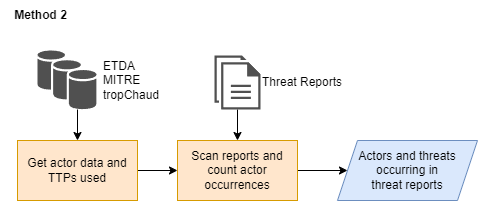
AbeWinters/Threat-Profiles-for-Control-Prioritization keeps this draw.io diagram as docs/images/Method2.png. Above is the earlier version. Source tidied: cells renumbered, new cells last; positions are measured from the earlier drawing's top-left corner, leaving out a move shared by most shapes.
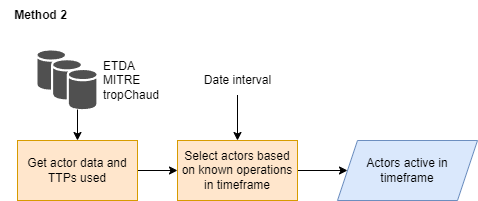
The same diagram one commit later.

Commit message:
Add histogram of TTP weights and make functions for TTP selection

Diff of the diagram source:
```diff
@@ -3,38 +3,38 @@
     <mxCell id="0" />
     <mxCell id="1" parent="0" />
     <mxCell id="2" style="edgeStyle=orthogonalEdgeStyle;rounded=0;jettySize=auto;html=1;entryX=0.5;entryY=0;entryDx=0;entryDy=0;" parent="1" edge="1" source="3" target="7">
-      <mxGeometry relative="1" as="geometry" />
+      <mxGeometry relative="1" as="geometry">
+        <Array as="points">
+          <mxPoint x="77" y="80" />
+        </Array>
+      </mxGeometry>
     </mxCell>
-    <mxCell id="3" value="Threat Reports" style="sketch=0;shadow=0;dashed=0;html=1;strokeColor=none;fillColor=#505050;labelPosition=right;verticalLabelPosition=middle;verticalAlign=middle;outlineConnect=0;align=left;shape=mxgraph.office.concepts.documents;" parent="1" vertex="1">
-      <mxGeometry x="214" y="55" width="46" height="54" as="geometry" />
+    <mxCell id="3" value="ETDA&lt;br&gt;MITRE&lt;br&gt;tropChaud" style="sketch=0;shadow=0;dashed=0;html=1;strokeColor=none;fillColor=#505050;labelPosition=right;verticalLabelPosition=middle;verticalAlign=middle;outlineConnect=0;align=left;shape=mxgraph.office.databases.database_availability_group;spacingLeft=5;" parent="1" vertex="1">
+      <mxGeometry x="37" y="50" width="59" height="59" as="geometry" />
     </mxCell>
-    <mxCell id="4" style="edgeStyle=orthogonalEdgeStyle;rounded=0;jettySize=auto;html=1;entryX=0.5;entryY=0;entryDx=0;entryDy=0;" parent="1" edge="1" source="5" target="9">
-      <mxGeometry relative="1" as="geometry">
-        <Array as="points">
-          <mxPoint x="77" y="80" />
-        </Array>
-      </mxGeometry>
+    <mxCell id="4" style="edgeStyle=orthogonalEdgeStyle;rounded=0;jettySize=auto;html=1;entryX=0;entryY=0.5;entryDx=0;entryDy=0;" parent="1" edge="1" source="5" target="8">
+      <mxGeometry relative="1" as="geometry" />
     </mxCell>
-    <mxCell id="5" value="ETDA&lt;br&gt;MITRE&lt;br&gt;tropChaud" style="sketch=0;shadow=0;dashed=0;html=1;strokeColor=none;fillColor=#505050;labelPosition=right;verticalLabelPosition=middle;verticalAlign=middle;outlineConnect=0;align=left;shape=mxgraph.office.databases.database_availability_group;spacingLeft=5;" parent="1" vertex="1">
-      <mxGeometry x="37" y="50" width="59" height="59" as="geometry" />
+    <mxCell id="5" value="Select actors based on known operations in timeframe" style="rounded=0;whiteSpace=wrap;html=1;fillColor=#ffe6cc;strokeColor=#d79b00;" parent="1" vertex="1">
+      <mxGeometry x="177" y="140" width="120" height="60" as="geometry" />
     </mxCell>
-    <mxCell id="6" style="edgeStyle=orthogonalEdgeStyle;rounded=0;jettySize=auto;html=1;entryX=0;entryY=0.5;entryDx=0;entryDy=0;" parent="1" edge="1" source="7" target="10">
+    <mxCell id="6" style="edgeStyle=orthogonalEdgeStyle;rounded=0;jettySize=auto;html=1;entryX=0;entryY=0.5;entryDx=0;entryDy=0;" parent="1" edge="1" source="7" target="5">
       <mxGeometry relative="1" as="geometry" />
     </mxCell>
-    <mxCell id="7" value="Scan reports and count actor occurrences" style="rounded=0;whiteSpace=wrap;html=1;fillColor=#ffe6cc;strokeColor=#d79b00;" parent="1" vertex="1">
-      <mxGeometry x="177" y="140" width="120" height="60" as="geometry" />
+    <mxCell id="7" value="Get actor data and TTPs used" style="rounded=0;whiteSpace=wrap;html=1;fillColor=#ffe6cc;strokeColor=#d79b00;" parent="1" vertex="1">
+      <mxGeometry x="17" y="140" width="120" height="60" as="geometry" />
     </mxCell>
-    <mxCell id="8" style="edgeStyle=orthogonalEdgeStyle;rounded=0;jettySize=auto;html=1;entryX=0;entryY=0.5;entryDx=0;entryDy=0;" parent="1" edge="1" source="9" target="7">
-      <mxGeometry relative="1" as="geometry" />
+    <mxCell id="8" value="Actors active in timeframe" style="shape=parallelogram;perimeter=parallelogramPerimeter;whiteSpace=wrap;html=1;fixedSize=1;fillColor=#dae8fc;strokeColor=#6c8ebf;" parent="1" vertex="1">
+      <mxGeometry x="337" y="140" width="140" height="60" as="geometry" />
     </mxCell>
-    <mxCell id="9" value="Get actor data and TTPs used" style="rounded=0;whiteSpace=wrap;html=1;fillColor=#ffe6cc;strokeColor=#d79b00;" parent="1" vertex="1">
-      <mxGeometry x="17" y="140" width="120" height="60" as="geometry" />
+    <mxCell id="9" value="Method 2" style="text;html=1;align=center;verticalAlign=middle;points=[];strokeColor=none;fillColor=none;fontStyle=1;" parent="1" vertex="1">
+      <mxGeometry width="80" height="30" as="geometry" />
     </mxCell>
-    <mxCell id="10" value="Actors and threats occurring in &lt;br&gt;threat reports" style="shape=parallelogram;perimeter=parallelogramPerimeter;whiteSpace=wrap;html=1;fixedSize=1;fillColor=#dae8fc;strokeColor=#6c8ebf;" parent="1" vertex="1">
-      <mxGeometry x="337" y="140" width="140" height="60" as="geometry" />
+    <mxCell id="10" style="edgeStyle=orthogonalEdgeStyle;rounded=0;jettySize=auto;html=1;entryX=0.5;entryY=0;entryDx=0;entryDy=0;" parent="1" edge="1" source="11" target="5">
+      <mxGeometry relative="1" as="geometry" />
     </mxCell>
-    <mxCell id="11" value="Method 2" style="text;html=1;align=center;verticalAlign=middle;points=[];strokeColor=none;fillColor=none;fontStyle=1;" parent="1" vertex="1">
-      <mxGeometry width="80" height="30" as="geometry" />
+    <mxCell id="11" value="Date interval" style="text;html=1;align=center;verticalAlign=middle;points=[];strokeColor=none;fillColor=none;" parent="1" vertex="1">
+      <mxGeometry x="192" y="64.5" width="90" height="30" as="geometry" />
     </mxCell>
   </root>
 </mxGraphModel>
```
